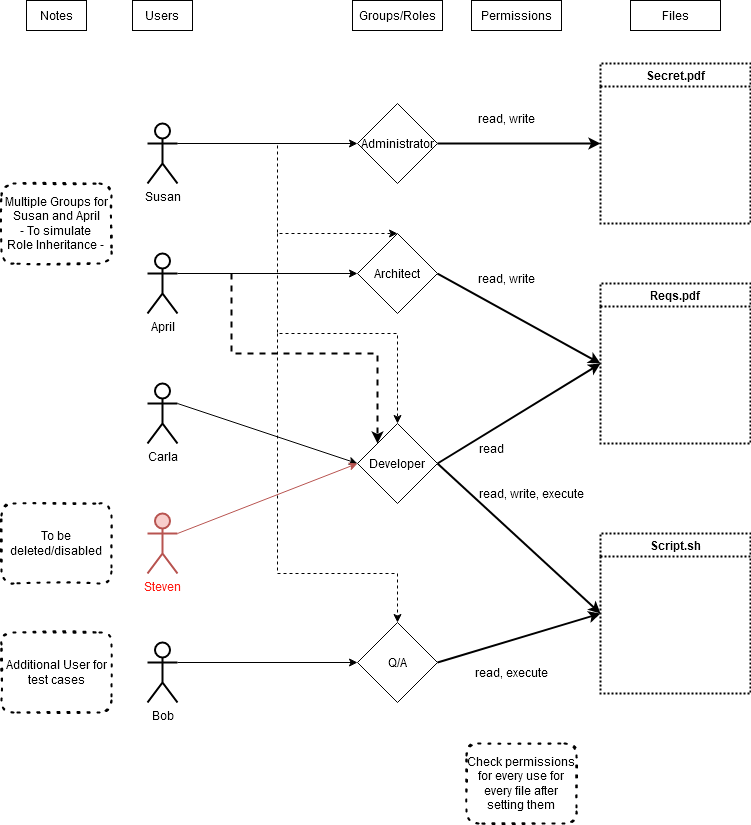
Nobel-CS/RBAC_test keeps this draw.io diagram as Expanded Plan.png. Above is the earlier version. Source tidied: cells renumbered, new cells last; positions are measured from the earlier drawing's top-left corner, leaving out a move shared by most shapes.
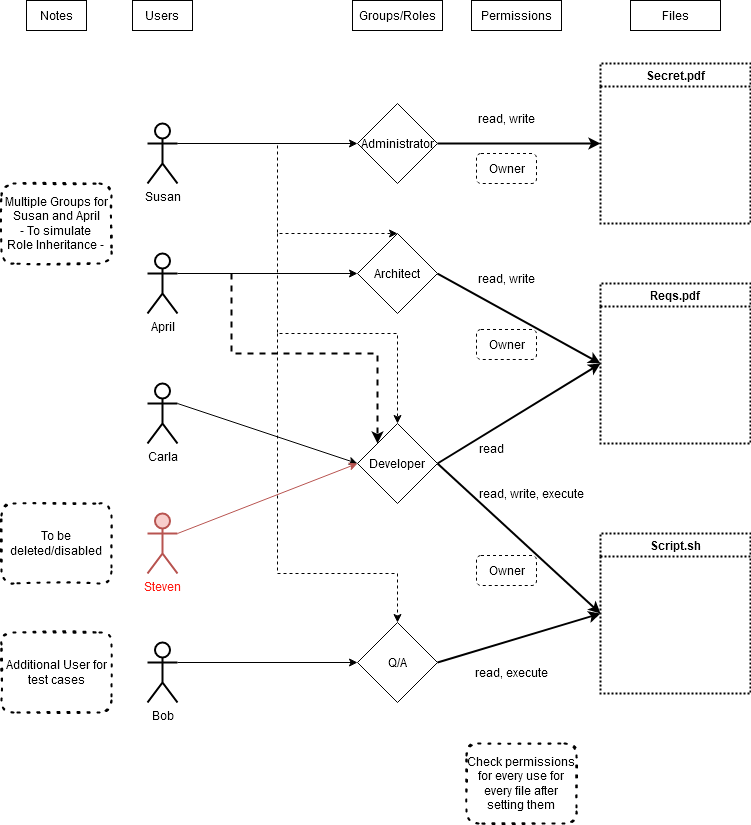
Later version of the same file.

Diff of the diagram source:
```diff
@@ -145,5 +145,14 @@
     <mxCell id="41" value="Check permissions for every use for every file after setting them" style="text;html=1;strokeColor=default;fillColor=none;align=center;verticalAlign=middle;whiteSpace=wrap;rounded=1;dashed=1;strokeWidth=2;dashPattern=1 4;glass=0;sketch=1;shadow=0;" parent="1" vertex="1">
       <mxGeometry x="465" y="743" width="110" height="80" as="geometry" />
     </mxCell>
+    <mxCell id="42" value="Owner" style="text;html=1;align=center;verticalAlign=middle;strokeColor=default;fillColor=none;dashed=1;rounded=1;" parent="1" vertex="1">
+      <mxGeometry x="475" y="329" width="60" height="30" as="geometry" />
+    </mxCell>
+    <mxCell id="43" value="Owner" style="text;html=1;align=center;verticalAlign=middle;strokeColor=default;fillColor=none;rounded=1;dashed=1;" parent="1" vertex="1">
+      <mxGeometry x="475" y="153" width="60" height="30" as="geometry" />
+    </mxCell>
+    <mxCell id="44" value="Owner" style="text;html=1;align=center;verticalAlign=middle;strokeColor=default;fillColor=none;rounded=1;dashed=1;" parent="1" vertex="1">
+      <mxGeometry x="475" y="555" width="60" height="30" as="geometry" />
+    </mxCell>
   </root>
 </mxGraphModel>
```
